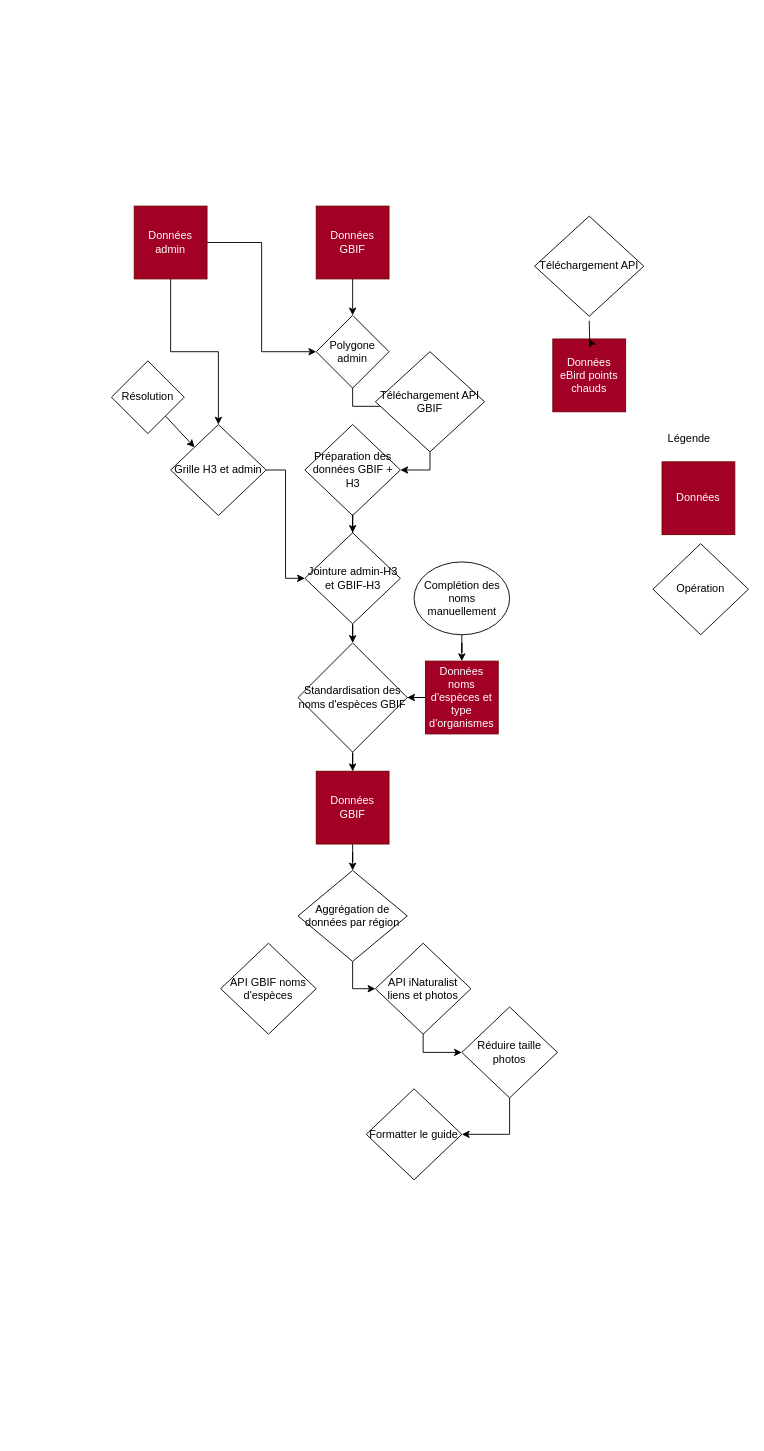
beausoleilmo/Guide_biodiv_QC keeps this draw.io diagram as pipeline_analyse.drawio. Above is the earlier version. Source tidied: cells renumbered, new cells numbered last; positions are measured from the earlier drawing's top-left corner, leaving out a move shared by most shapes. Both pictures are drawn from the tidied source at 91%, with x=0, y=0 at pixel (111, 206).
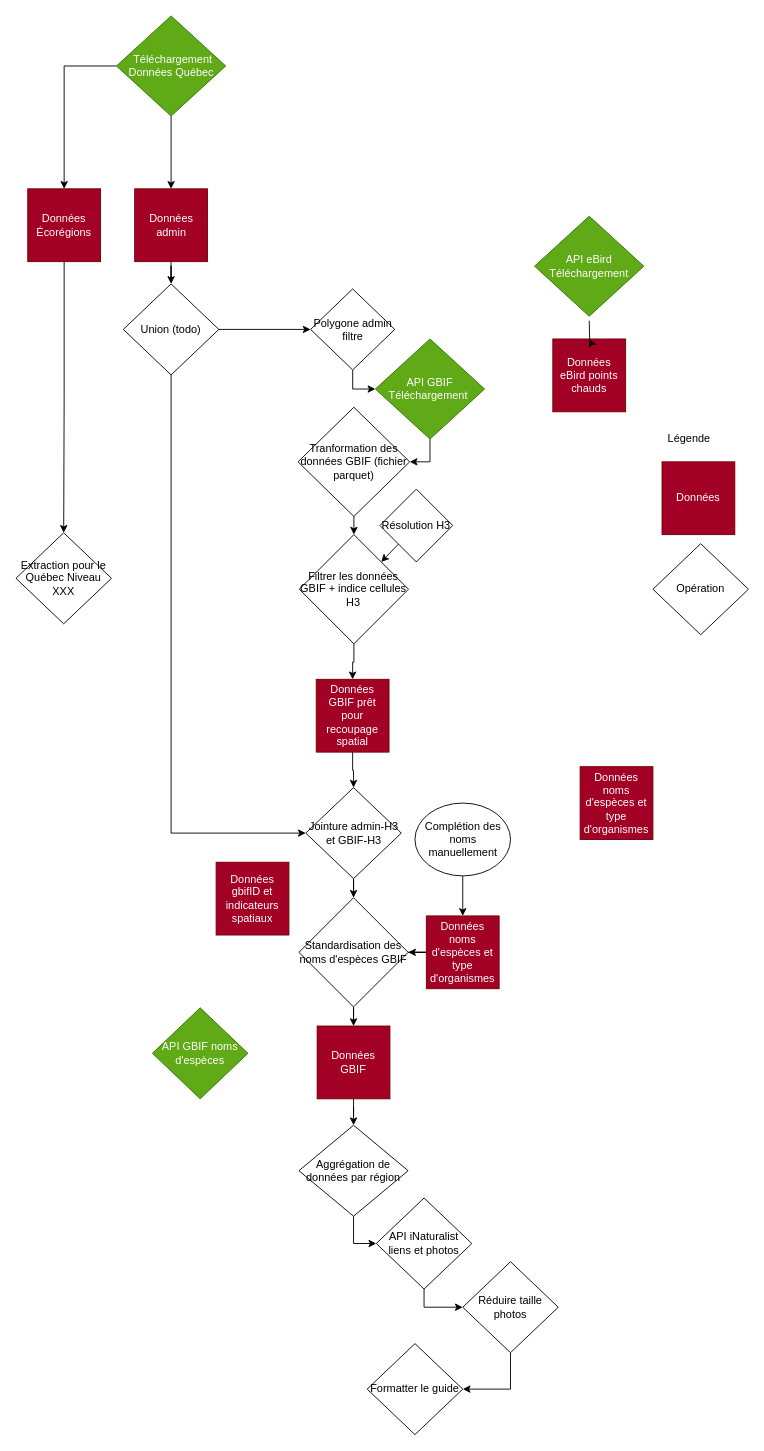
After the change.

The edit, as a diff of the source:
```diff
@@
-    <mxCell id="4" style="edgeStyle=orthogonalEdgeStyle;rounded=0;jettySize=auto;html=1;entryX=0.5;entryY=0;entryDx=0;entryDy=0;" parent="1" edge="1" source="5" target="7">
-      <mxGeometry relative="1" as="geometry" />
-    </mxCell>
-    <mxCell id="5" value="Données GBIF" style="whiteSpace=wrap;html=1;fillColor=#a20025;fontColor=#ffffff;strokeColor=#6F0000;" parent="1" vertex="1">
-      <mxGeometry x="225" width="80" height="80" as="geometry" />
-    </mxCell>
@@
-    <mxCell id="7" value="Polygone admin" style="rhombus;whiteSpace=wrap;html=1;shapeInside=1;" parent="1" vertex="1">
-      <mxGeometry x="225" y="120" width="80" height="80" as="geometry" />
+    <mxCell id="7" value="Polygone admin filtre" style="rhombus;whiteSpace=wrap;html=1;shapeInside=1;" parent="1" vertex="1">
+      <mxGeometry x="218.8" y="91" width="92.5" height="89" as="geometry" />
     </mxCell>
-    <mxCell id="8" style="edgeStyle=orthogonalEdgeStyle;rounded=0;jettySize=auto;html=1;entryX=0;entryY=0.5;entryDx=0;entryDy=0;" parent="1" edge="1" source="10" target="7">
+    <mxCell id="8" style="edgeStyle=orthogonalEdgeStyle;rounded=0;jettySize=auto;html=1;entryX=0;entryY=0.5;entryDx=0;entryDy=0;exitX=1;exitY=0.5;exitDx=0;exitDy=0;" parent="1" edge="1" source="48" target="7">
       <mxGeometry relative="1" as="geometry" />
     </mxCell>
-    <mxCell id="9" style="edgeStyle=orthogonalEdgeStyle;rounded=0;jettySize=auto;html=1;entryX=0.5;entryY=0;entryDx=0;entryDy=0;" parent="1" edge="1" source="10" target="17">
+    <mxCell id="9" style="edgeStyle=orthogonalEdgeStyle;rounded=0;jettySize=auto;html=1;entryX=0;entryY=0.5;entryDx=0;entryDy=0;exitX=0.5;exitY=1;exitDx=0;exitDy=0;" parent="1" edge="1" source="48" target="21">
       <mxGeometry relative="1" as="geometry" />
     </mxCell>
+    <mxCell id="41" style="edgeStyle=orthogonalEdgeStyle;rounded=0;jettySize=auto;html=1;entryX=0.5;entryY=0;entryDx=0;entryDy=0;" parent="1" edge="1" source="10" target="48">
+      <mxGeometry relative="1" as="geometry" />
+    </mxCell>
     <mxCell id="10" value="Données admin" style="whiteSpace=wrap;html=1;fillColor=#a20025;fontColor=#ffffff;strokeColor=#6F0000;" parent="1" vertex="1">
-      <mxGeometry x="25" width="80" height="80" as="geometry" />
+      <mxGeometry x="25.5" y="-19" width="80" height="80" as="geometry" />
     </mxCell>
@@
-    <mxCell id="12" value="Téléchargement API GBIF" style="rhombus;whiteSpace=wrap;html=1;shapeInside=1;" parent="1" vertex="1">
-      <mxGeometry x="290" y="160" width="120" height="110" as="geometry" />
+    <mxCell id="12" value="API GBIF Téléchargement&amp;nbsp;" style="rhombus;whiteSpace=wrap;html=1;shapeInside=1;fillColor=#60a917;fontColor=#ffffff;strokeColor=#2D7600;" parent="1" vertex="1">
+      <mxGeometry x="290" y="146" width="120" height="110" as="geometry" />
     </mxCell>
@@
-    <mxCell id="14" value="Préparation des données GBIF + H3" style="rhombus;whiteSpace=wrap;html=1;shapeInside=1;" parent="1" vertex="1">
-      <mxGeometry x="212.5" y="240" width="105" height="100" as="geometry" />
+    <mxCell id="14" value="Tranformation des données GBIF (fichier parquet)" style="rhombus;whiteSpace=wrap;html=1;shapeInside=1;" parent="1" vertex="1">
+      <mxGeometry x="205" y="221" width="122.7" height="120" as="geometry" />
     </mxCell>
@@
-    <mxCell id="16" style="edgeStyle=orthogonalEdgeStyle;rounded=0;jettySize=auto;html=1;entryX=0;entryY=0.5;entryDx=0;entryDy=0;" parent="1" edge="1" source="17" target="21">
-      <mxGeometry relative="1" as="geometry" />
-    </mxCell>
-    <mxCell id="17" value="Grille H3 et admin" style="rhombus;whiteSpace=wrap;html=1;shapeInside=1;" parent="1" vertex="1">
-      <mxGeometry x="65" y="240" width="105" height="100" as="geometry" />
-    </mxCell>
@@
     <mxCell id="19" value="Données GBIF" style="whiteSpace=wrap;html=1;fillColor=#a20025;fontColor=#ffffff;strokeColor=#6F0000;" parent="1" vertex="1">
-      <mxGeometry x="225" y="621" width="80" height="80" as="geometry" />
+      <mxGeometry x="226" y="901" width="80" height="80" as="geometry" />
     </mxCell>
-    <mxCell id="20" style="edgeStyle=orthogonalEdgeStyle;rounded=0;jettySize=auto;html=1;" parent="1" edge="1" source="14" target="21">
+    <mxCell id="20" style="edgeStyle=orthogonalEdgeStyle;rounded=0;jettySize=auto;html=1;" parent="1" edge="1" source="50" target="21">
       <mxGeometry relative="1" as="geometry" />
     </mxCell>
     <mxCell id="21" value="Jointure admin-H3 et GBIF-H3" style="rhombus;whiteSpace=wrap;html=1;shapeInside=1;" parent="1" vertex="1">
-      <mxGeometry x="212.5" y="359" width="105" height="100" as="geometry" />
+      <mxGeometry x="213.5" y="639" width="105" height="100" as="geometry" />
     </mxCell>
@@
-    <mxCell id="24" value="Téléchargement API" style="rhombus;whiteSpace=wrap;html=1;shapeInside=1;" parent="1" vertex="1">
+    <mxCell id="24" value="API eBird Téléchargement" style="rhombus;whiteSpace=wrap;html=1;shapeInside=1;fillColor=#60a917;fontColor=#ffffff;strokeColor=#2D7600;" parent="1" vertex="1">
       <mxGeometry x="465" y="11" width="120" height="110" as="geometry" />
     </mxCell>
-    <mxCell id="25" style="rounded=0;jettySize=auto;html=1;entryX=0;entryY=0;entryDx=0;entryDy=0;" parent="1" edge="1" source="26" target="17">
-      <mxGeometry relative="1" as="geometry" />
-    </mxCell>
+    <mxCell id="42" style="rounded=0;jettySize=auto;html=1;entryX=1;entryY=0;entryDx=0;entryDy=0;" parent="1" edge="1" source="26" target="44">
+      <mxGeometry relative="1" as="geometry" />
+    </mxCell>
-    <mxCell id="26" value="Résolution" style="rhombus;whiteSpace=wrap;html=1;shapeInside=1;" parent="1" vertex="1">
-      <mxGeometry y="170" width="80" height="80" as="geometry" />
+    <mxCell id="26" value="Résolution H3" style="rhombus;whiteSpace=wrap;html=1;shapeInside=1;" parent="1" vertex="1">
+      <mxGeometry x="295" y="311" width="80" height="80" as="geometry" />
     </mxCell>
@@
     <mxCell id="28" value="Données noms d'espèces et type d'organismes" style="whiteSpace=wrap;html=1;fillColor=#a20025;fontColor=#ffffff;strokeColor=#6F0000;" parent="1" vertex="1">
-      <mxGeometry x="345" y="500" width="80" height="80" as="geometry" />
+      <mxGeometry x="346" y="780" width="80" height="80" as="geometry" />
     </mxCell>
@@
     <mxCell id="30" value="Standardisation des noms d'espèces GBIF" style="rhombus;whiteSpace=wrap;html=1;shapeInside=1;" parent="1" vertex="1">
-      <mxGeometry x="205" y="480" width="120" height="120" as="geometry" />
+      <mxGeometry x="206" y="760" width="120" height="120" as="geometry" />
     </mxCell>
@@
     <mxCell id="32" value="Complétion des noms manuellement" style="ellipse;whiteSpace=wrap;html=1;shapeInside=1;" parent="1" vertex="1">
-      <mxGeometry x="332.5" y="391" width="105" height="80" as="geometry" />
+      <mxGeometry x="333.5" y="656" width="105" height="80" as="geometry" />
     </mxCell>
@@
     <mxCell id="34" value="Aggrégation de données par région" style="rhombus;whiteSpace=wrap;html=1;shapeInside=1;" parent="1" vertex="1">
-      <mxGeometry x="205" y="730" width="120" height="100" as="geometry" />
+      <mxGeometry x="206" y="1010" width="120" height="100" as="geometry" />
     </mxCell>
@@
     <mxCell id="36" value="API iNaturalist liens et photos" style="rhombus;whiteSpace=wrap;html=1;shapeInside=1;" parent="1" vertex="1">
-      <mxGeometry x="290" y="810" width="105" height="100" as="geometry" />
+      <mxGeometry x="291" y="1090" width="105" height="100" as="geometry" />
     </mxCell>
-    <mxCell id="37" value="API GBIF noms d'espèces" style="rhombus;whiteSpace=wrap;html=1;shapeInside=1;" parent="1" vertex="1">
-      <mxGeometry x="120" y="810" width="105" height="100" as="geometry" />
+    <mxCell id="37" value="API GBIF noms d'espèces" style="rhombus;whiteSpace=wrap;html=1;shapeInside=1;fillColor=#60a917;fontColor=#ffffff;strokeColor=#2D7600;" parent="1" vertex="1">
+      <mxGeometry x="45" y="881" width="105" height="100" as="geometry" />
     </mxCell>
@@
     <mxCell id="39" value="Réduire taille photos" style="rhombus;whiteSpace=wrap;html=1;shapeInside=1;" parent="1" vertex="1">
-      <mxGeometry x="385" y="880" width="105" height="100" as="geometry" />
+      <mxGeometry x="386" y="1160" width="105" height="100" as="geometry" />
     </mxCell>
     <mxCell id="40" value="Formatter le guide" style="rhombus;whiteSpace=wrap;html=1;shapeInside=1;" parent="1" vertex="1">
-      <mxGeometry x="280" y="970" width="105" height="100" as="geometry" />
+      <mxGeometry x="281" y="1250" width="105" height="100" as="geometry" />
     </mxCell>
+    <mxCell id="43" style="edgeStyle=orthogonalEdgeStyle;rounded=0;jettySize=auto;html=1;" parent="1" edge="1" source="14" target="44">
+      <mxGeometry relative="1" as="geometry" />
+    </mxCell>
+    <mxCell id="44" value="Filtrer les données GBIF + indice cellules H3" style="rhombus;whiteSpace=wrap;html=1;shapeInside=1;" parent="1" vertex="1">
+      <mxGeometry x="206.4" y="361" width="120" height="120" as="geometry" />
+    </mxCell>
+    <mxCell id="45" style="edgeStyle=orthogonalEdgeStyle;rounded=0;jettySize=auto;html=1;" parent="1" edge="1" source="46" target="47">
+      <mxGeometry relative="1" as="geometry" />
+    </mxCell>
+    <mxCell id="46" value="Données Écorégions" style="whiteSpace=wrap;html=1;fillColor=#a20025;fontColor=#ffffff;strokeColor=#6F0000;" parent="1" vertex="1">
+      <mxGeometry x="-92" y="-19" width="80" height="80" as="geometry" />
+    </mxCell>
+    <mxCell id="47" value="Extraction pour le Québec Niveau XXX" style="rhombus;whiteSpace=wrap;html=1;shapeInside=1;" parent="1" vertex="1">
+      <mxGeometry x="-105" y="359" width="105" height="100" as="geometry" />
+    </mxCell>
+    <mxCell id="48" value="Union (todo)" style="rhombus;whiteSpace=wrap;html=1;shapeInside=1;" parent="1" vertex="1">
+      <mxGeometry x="13" y="85.5" width="105" height="100" as="geometry" />
+    </mxCell>
+    <mxCell id="49" style="edgeStyle=orthogonalEdgeStyle;rounded=0;jettySize=auto;html=1;" parent="1" edge="1" source="44" target="50">
+      <mxGeometry relative="1" as="geometry" />
+    </mxCell>
+    <mxCell id="50" value="Données GBIF prêt pour recoupage spatial" style="whiteSpace=wrap;html=1;fillColor=#a20025;fontColor=#ffffff;strokeColor=#6F0000;" parent="1" vertex="1">
+      <mxGeometry x="225" y="520" width="80" height="80" as="geometry" />
+    </mxCell>
+    <mxCell id="51" value="Données gbifID et indicateurs spatiaux" style="whiteSpace=wrap;html=1;fillColor=#a20025;fontColor=#ffffff;strokeColor=#6F0000;" parent="1" vertex="1">
+      <mxGeometry x="115" y="721" width="80" height="80" as="geometry" />
+    </mxCell>
+    <mxCell id="52" style="edgeStyle=orthogonalEdgeStyle;rounded=0;jettySize=auto;html=1;" parent="1" edge="1" source="54" target="10">
+      <mxGeometry relative="1" as="geometry" />
+    </mxCell>
+    <mxCell id="53" style="edgeStyle=orthogonalEdgeStyle;rounded=0;jettySize=auto;html=1;" parent="1" edge="1" source="54" target="46">
+      <mxGeometry relative="1" as="geometry" />
+    </mxCell>
+    <mxCell id="54" value="&amp;nbsp;Téléchargement Données Québec" style="rhombus;whiteSpace=wrap;html=1;shapeInside=1;fillColor=#60a917;fontColor=#ffffff;strokeColor=#2D7600;" parent="1" vertex="1">
+      <mxGeometry x="5.5" y="-209" width="120" height="110" as="geometry" />
+    </mxCell>
+    <mxCell id="55" value="Données noms d'espèces et type d'organismes" style="whiteSpace=wrap;html=1;fillColor=#a20025;fontColor=#ffffff;strokeColor=#6F0000;" parent="1" vertex="1">
+      <mxGeometry x="515" y="616" width="80" height="80" as="geometry" />
+    </mxCell>
```
